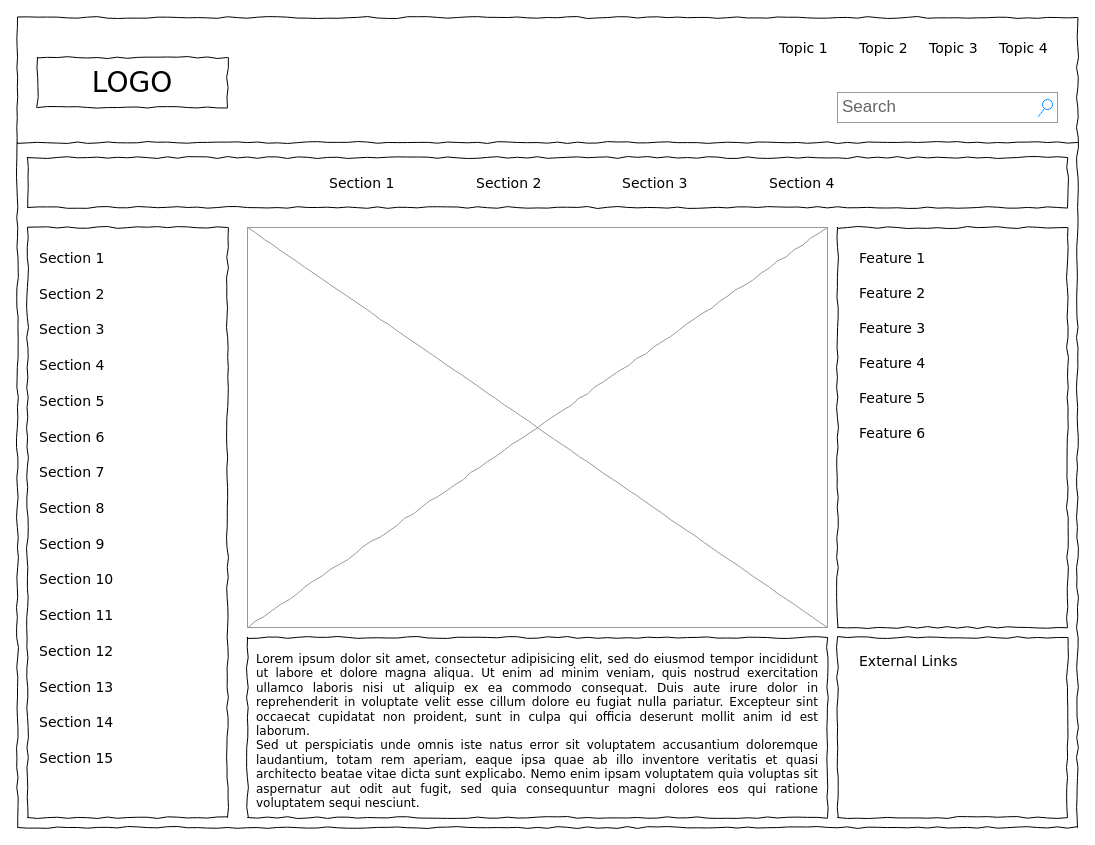
The draw.io diagram home-page.drawio in ladder-man/Authoring-A-Wepsite, before the edit. Source tidied: cells renumbered, new cells numbered last; positions are measured from the earlier drawing's top-left corner, leaving out a move shared by most shapes. Both pictures are drawn from the tidied source at 100%, with x=0, y=0 at pixel (17, 17).
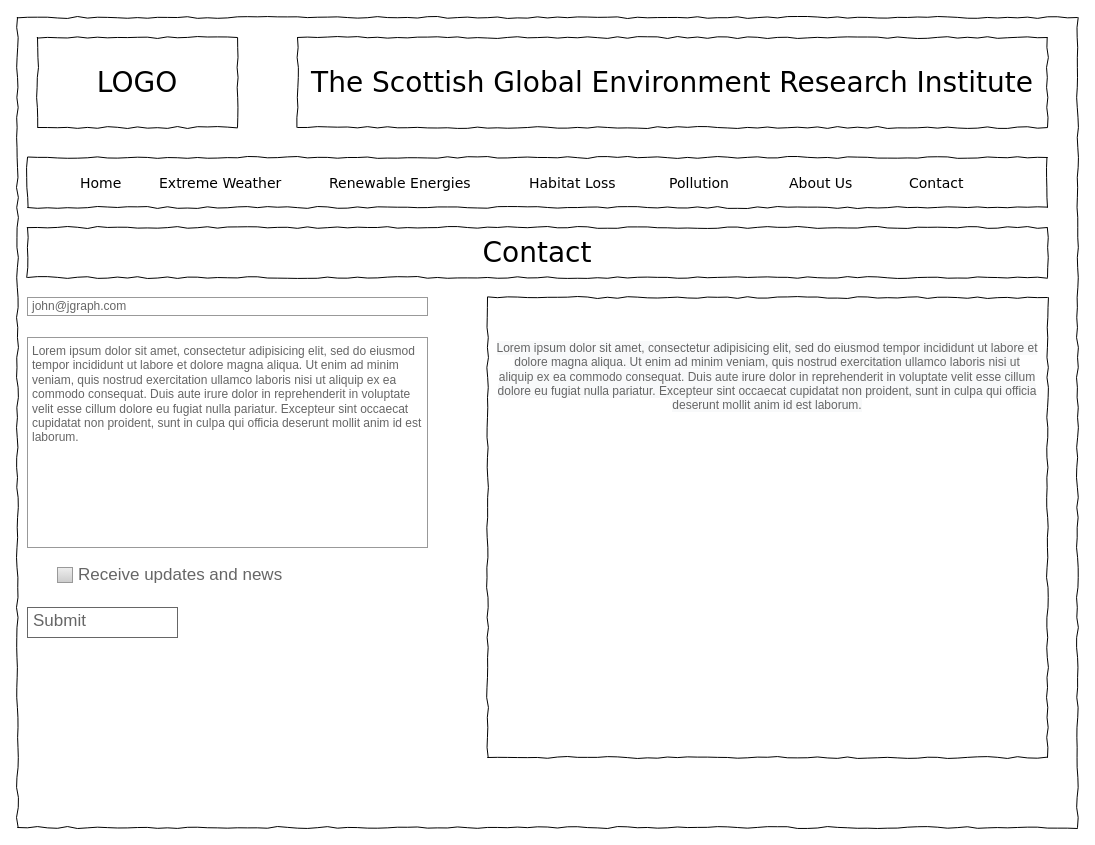
The same diagram, later.

What changed in the source:
```diff
@@
     <mxCell id="3" value="LOGO" style="whiteSpace=wrap;html=1;rounded=0;shadow=0;labelBackgroundColor=none;strokeWidth=1;fontFamily=Verdana;fontSize=28;align=center;comic=1;" parent="1" vertex="1">
-      <mxGeometry x="20" y="40" width="190" height="50" as="geometry" />
+      <mxGeometry x="20" y="20" width="200" height="90" as="geometry" />
     </mxCell>
-    <mxCell id="4" value="Search" style="strokeWidth=1;shadow=0;dashed=0;align=center;html=1;shape=mxgraph.mockup.forms.searchBox;strokeColor=#999999;mainText=;strokeColor2=#008cff;fontColor=#666666;fontSize=17;align=left;spacingLeft=3;rounded=0;labelBackgroundColor=none;comic=1;" parent="1" vertex="1">
-      <mxGeometry x="820" y="75" width="220" height="30" as="geometry" />
-    </mxCell>
-    <mxCell id="5" value="Topic 1" style="text;html=1;align=left;verticalAlign=top;spacingTop=-4;fontSize=14;fontFamily=Verdana;" parent="1" vertex="1">
-      <mxGeometry x="760" y="20" width="60" height="20" as="geometry" />
-    </mxCell>
-    <mxCell id="6" value="Topic 2" style="text;html=1;align=left;verticalAlign=top;spacingTop=-4;fontSize=14;fontFamily=Verdana;" parent="1" vertex="1">
-      <mxGeometry x="840" y="20" width="60" height="20" as="geometry" />
-    </mxCell>
-    <mxCell id="7" value="Topic 3" style="text;html=1;align=left;verticalAlign=top;spacingTop=-4;fontSize=14;fontFamily=Verdana;" parent="1" vertex="1">
-      <mxGeometry x="910" y="20" width="60" height="20" as="geometry" />
-    </mxCell>
-    <mxCell id="8" value="Topic 4" style="text;html=1;align=left;verticalAlign=top;spacingTop=-4;fontSize=14;fontFamily=Verdana;" parent="1" vertex="1">
-      <mxGeometry x="980" y="20" width="60" height="20" as="geometry" />
-    </mxCell>
-    <mxCell id="9" style="whiteSpace=wrap;html=1;rounded=0;shadow=0;labelBackgroundColor=none;strokeWidth=1;fillColor=none;fontFamily=Verdana;fontSize=12;align=center;comic=1;" parent="1" vertex="1">
-      <mxGeometry x="10" y="210" width="200" height="590" as="geometry" />
-    </mxCell>
-    <mxCell id="10" style="line;strokeWidth=1;html=1;rounded=0;shadow=0;labelBackgroundColor=none;fillColor=none;fontFamily=Verdana;fontSize=14;fontColor=#000000;align=center;comic=1;" parent="1" vertex="1">
-      <mxGeometry y="120" width="1060" height="10" as="geometry" />
-    </mxCell>
     <mxCell id="11" style="whiteSpace=wrap;html=1;rounded=0;shadow=0;labelBackgroundColor=none;strokeWidth=1;fillColor=none;fontFamily=Verdana;fontSize=12;align=center;comic=1;" parent="1" vertex="1">
-      <mxGeometry x="10" y="140" width="1040" height="50" as="geometry" />
+      <mxGeometry x="10" y="140" width="1020" height="50" as="geometry" />
     </mxCell>
-    <mxCell id="12" value="Section 1" style="text;html=1;align=left;verticalAlign=top;spacingTop=-4;fontSize=14;fontFamily=Verdana;" parent="1" vertex="1">
-      <mxGeometry x="310" y="155" width="60" height="20" as="geometry" />
+    <mxCell id="12" value="Home" style="text;html=1;align=left;verticalAlign=top;spacingTop=-4;fontSize=14;fontFamily=Verdana;" parent="1" vertex="1">
+      <mxGeometry x="61" y="155" width="60" height="20" as="geometry" />
     </mxCell>
-    <mxCell id="13" value="Section 2" style="text;html=1;align=left;verticalAlign=top;spacingTop=-4;fontSize=14;fontFamily=Verdana;" parent="1" vertex="1">
-      <mxGeometry x="457" y="155" width="60" height="20" as="geometry" />
+    <mxCell id="13" value="Extreme Weather" style="text;html=1;align=left;verticalAlign=top;spacingTop=-4;fontSize=14;fontFamily=Verdana;" parent="1" vertex="1">
+      <mxGeometry x="140" y="155" width="60" height="20" as="geometry" />
     </mxCell>
-    <mxCell id="14" value="Section 3" style="text;html=1;align=left;verticalAlign=top;spacingTop=-4;fontSize=14;fontFamily=Verdana;" parent="1" vertex="1">
-      <mxGeometry x="603" y="155" width="60" height="20" as="geometry" />
+    <mxCell id="14" value="Renewable Energies" style="text;html=1;align=left;verticalAlign=top;spacingTop=-4;fontSize=14;fontFamily=Verdana;" parent="1" vertex="1">
+      <mxGeometry x="310" y="155" width="60" height="20" as="geometry" />
     </mxCell>
-    <mxCell id="15" value="Section 4" style="text;html=1;align=left;verticalAlign=top;spacingTop=-4;fontSize=14;fontFamily=Verdana;" parent="1" vertex="1">
-      <mxGeometry x="750" y="155" width="60" height="20" as="geometry" />
+    <mxCell id="15" value="Habitat Loss" style="text;html=1;align=left;verticalAlign=top;spacingTop=-4;fontSize=14;fontFamily=Verdana;" parent="1" vertex="1">
+      <mxGeometry x="510" y="155" width="60" height="20" as="geometry" />
     </mxCell>
-    <mxCell id="16" value="&lt;div style=&quot;text-align: justify&quot;&gt;&lt;span&gt;Lorem ipsum dolor sit amet, consectetur adipisicing elit, sed do eiusmod tempor incididunt ut labore et dolore magna aliqua. Ut enim ad minim veniam, quis nostrud exercitation ullamco laboris nisi ut aliquip ex ea commodo consequat. Duis aute irure dolor in reprehenderit in voluptate velit esse cillum dolore eu fugiat nulla pariatur. Excepteur sint occaecat cupidatat non proident, sunt in culpa qui officia deserunt mollit anim id est laborum.&lt;/span&gt;&lt;/div&gt;&lt;div style=&quot;text-align: justify&quot;&gt;&lt;span&gt;Sed ut perspiciatis unde omnis iste natus error sit voluptatem accusantium doloremque laudantium, totam rem aperiam, eaque ipsa quae ab illo inventore veritatis et quasi architecto beatae vitae dicta sunt explicabo. Nemo enim ipsam voluptatem quia voluptas sit aspernatur aut odit aut fugit, sed quia consequuntur magni dolores eos qui ratione voluptatem sequi nesciunt.&amp;nbsp;&lt;/span&gt;&lt;/div&gt;" style="whiteSpace=wrap;html=1;rounded=0;shadow=0;labelBackgroundColor=none;strokeWidth=1;fillColor=none;fontFamily=Verdana;fontSize=12;align=center;verticalAlign=top;spacing=10;comic=1;" parent="1" vertex="1">
-      <mxGeometry x="230" y="620" width="580" height="180" as="geometry" />
+    <mxCell id="16" value="&#10;&#10;&lt;span style=&quot;color: rgb(102, 102, 102); font-family: helvetica; font-size: 12px; font-style: normal; font-weight: 400; letter-spacing: normal; text-align: left; text-indent: 0px; text-transform: none; word-spacing: 0px; background-color: rgb(248, 249, 250); display: inline; float: none;&quot;&gt;Lorem ipsum dolor sit amet, consectetur adipisicing elit, sed do eiusmod tempor incididunt ut labore et dolore magna aliqua. Ut enim ad minim veniam, quis nostrud exercitation ullamco laboris nisi ut aliquip ex ea commodo consequat. Duis aute irure dolor in reprehenderit in voluptate velit esse cillum dolore eu fugiat nulla pariatur. Excepteur sint occaecat cupidatat non proident, sunt in culpa qui officia deserunt mollit anim id est laborum.&lt;/span&gt;&#10;&#10;" style="whiteSpace=wrap;html=1;rounded=0;shadow=0;labelBackgroundColor=none;strokeWidth=1;fillColor=none;fontFamily=Verdana;fontSize=12;align=center;verticalAlign=top;spacing=10;comic=1;" parent="1" vertex="1">
+      <mxGeometry x="470" y="280" width="560" height="460" as="geometry" />
     </mxCell>
-    <mxCell id="17" style="verticalLabelPosition=bottom;shadow=0;dashed=0;align=center;html=1;verticalAlign=top;strokeWidth=1;shape=mxgraph.mockup.graphics.simpleIcon;strokeColor=#999999;rounded=0;labelBackgroundColor=none;fontFamily=Verdana;fontSize=14;fontColor=#000000;comic=1;" parent="1" vertex="1">
-      <mxGeometry x="230" y="210" width="580" height="400" as="geometry" />
-    </mxCell>
-    <mxCell id="18" style="whiteSpace=wrap;html=1;rounded=0;shadow=0;labelBackgroundColor=none;strokeWidth=1;fillColor=none;fontFamily=Verdana;fontSize=12;align=center;comic=1;" parent="1" vertex="1">
-      <mxGeometry x="820" y="210" width="230" height="400" as="geometry" />
-    </mxCell>
-    <mxCell id="19" style="whiteSpace=wrap;html=1;rounded=0;shadow=0;labelBackgroundColor=none;strokeWidth=1;fillColor=none;fontFamily=Verdana;fontSize=12;align=center;comic=1;" parent="1" vertex="1">
-      <mxGeometry x="820" y="620" width="230" height="180" as="geometry" />
-    </mxCell>
-    <mxCell id="20" value="Section 1" style="text;html=1;align=left;verticalAlign=top;spacingTop=-4;fontSize=14;fontFamily=Verdana;" parent="1" vertex="1">
-      <mxGeometry x="20" y="230" width="170" height="20" as="geometry" />
-    </mxCell>
-    <mxCell id="21" value="Section 2" style="text;html=1;align=left;verticalAlign=top;spacingTop=-4;fontSize=14;fontFamily=Verdana;" parent="1" vertex="1">
-      <mxGeometry x="20" y="266" width="170" height="20" as="geometry" />
-    </mxCell>
-    <mxCell id="22" value="Section 3" style="text;html=1;align=left;verticalAlign=top;spacingTop=-4;fontSize=14;fontFamily=Verdana;" parent="1" vertex="1">
-      <mxGeometry x="20" y="301" width="170" height="20" as="geometry" />
-    </mxCell>
-    <mxCell id="23" value="Section 4" style="text;html=1;align=left;verticalAlign=top;spacingTop=-4;fontSize=14;fontFamily=Verdana;" parent="1" vertex="1">
-      <mxGeometry x="20" y="337" width="170" height="20" as="geometry" />
-    </mxCell>
-    <mxCell id="24" value="Section 7" style="text;html=1;align=left;verticalAlign=top;spacingTop=-4;fontSize=14;fontFamily=Verdana;" parent="1" vertex="1">
-      <mxGeometry x="20" y="444" width="170" height="20" as="geometry" />
-    </mxCell>
-    <mxCell id="25" value="Section 8" style="text;html=1;align=left;verticalAlign=top;spacingTop=-4;fontSize=14;fontFamily=Verdana;" parent="1" vertex="1">
-      <mxGeometry x="20" y="480" width="170" height="20" as="geometry" />
-    </mxCell>
-    <mxCell id="26" value="Section 9" style="text;html=1;align=left;verticalAlign=top;spacingTop=-4;fontSize=14;fontFamily=Verdana;" parent="1" vertex="1">
-      <mxGeometry x="20" y="516" width="170" height="20" as="geometry" />
-    </mxCell>
-    <mxCell id="27" value="Section 10" style="text;html=1;align=left;verticalAlign=top;spacingTop=-4;fontSize=14;fontFamily=Verdana;" parent="1" vertex="1">
-      <mxGeometry x="20" y="551" width="170" height="20" as="geometry" />
-    </mxCell>
-    <mxCell id="28" value="Section 11" style="text;html=1;align=left;verticalAlign=top;spacingTop=-4;fontSize=14;fontFamily=Verdana;" parent="1" vertex="1">
-      <mxGeometry x="20" y="587" width="170" height="20" as="geometry" />
-    </mxCell>
-    <mxCell id="29" value="Section 12" style="text;html=1;align=left;verticalAlign=top;spacingTop=-4;fontSize=14;fontFamily=Verdana;" parent="1" vertex="1">
-      <mxGeometry x="20" y="623" width="170" height="20" as="geometry" />
-    </mxCell>
-    <mxCell id="30" value="Section 13" style="text;html=1;align=left;verticalAlign=top;spacingTop=-4;fontSize=14;fontFamily=Verdana;" parent="1" vertex="1">
-      <mxGeometry x="20" y="659" width="170" height="20" as="geometry" />
-    </mxCell>
-    <mxCell id="31" value="Section 14" style="text;html=1;align=left;verticalAlign=top;spacingTop=-4;fontSize=14;fontFamily=Verdana;" parent="1" vertex="1">
-      <mxGeometry x="20" y="694" width="170" height="20" as="geometry" />
-    </mxCell>
-    <mxCell id="32" value="Section 5" style="text;html=1;align=left;verticalAlign=top;spacingTop=-4;fontSize=14;fontFamily=Verdana;" parent="1" vertex="1">
-      <mxGeometry x="20" y="373" width="170" height="20" as="geometry" />
-    </mxCell>
-    <mxCell id="33" value="Section 6" style="text;html=1;align=left;verticalAlign=top;spacingTop=-4;fontSize=14;fontFamily=Verdana;" parent="1" vertex="1">
-      <mxGeometry x="20" y="409" width="170" height="20" as="geometry" />
-    </mxCell>
-    <mxCell id="34" value="Section 15" style="text;html=1;align=left;verticalAlign=top;spacingTop=-4;fontSize=14;fontFamily=Verdana;" parent="1" vertex="1">
-      <mxGeometry x="20" y="730" width="170" height="20" as="geometry" />
-    </mxCell>
-    <mxCell id="35" value="External Links" style="text;html=1;align=left;verticalAlign=top;spacingTop=-4;fontSize=14;fontFamily=Verdana;" parent="1" vertex="1">
-      <mxGeometry x="840" y="633" width="170" height="20" as="geometry" />
-    </mxCell>
-    <mxCell id="36" value="Feature 1" style="text;html=1;align=left;verticalAlign=top;spacingTop=-4;fontSize=14;fontFamily=Verdana;" parent="1" vertex="1">
-      <mxGeometry x="840" y="230" width="170" height="20" as="geometry" />
-    </mxCell>
-    <mxCell id="37" value="Feature 2" style="text;html=1;align=left;verticalAlign=top;spacingTop=-4;fontSize=14;fontFamily=Verdana;" parent="1" vertex="1">
-      <mxGeometry x="840" y="265" width="170" height="20" as="geometry" />
-    </mxCell>
-    <mxCell id="38" value="Feature 3" style="text;html=1;align=left;verticalAlign=top;spacingTop=-4;fontSize=14;fontFamily=Verdana;" parent="1" vertex="1">
-      <mxGeometry x="840" y="300" width="170" height="20" as="geometry" />
-    </mxCell>
-    <mxCell id="39" value="Feature 4" style="text;html=1;align=left;verticalAlign=top;spacingTop=-4;fontSize=14;fontFamily=Verdana;" parent="1" vertex="1">
-      <mxGeometry x="840" y="335" width="170" height="20" as="geometry" />
-    </mxCell>
-    <mxCell id="40" value="Feature 5" style="text;html=1;align=left;verticalAlign=top;spacingTop=-4;fontSize=14;fontFamily=Verdana;" parent="1" vertex="1">
-      <mxGeometry x="840" y="370" width="170" height="20" as="geometry" />
-    </mxCell>
-    <mxCell id="41" value="Feature 6" style="text;html=1;align=left;verticalAlign=top;spacingTop=-4;fontSize=14;fontFamily=Verdana;" parent="1" vertex="1">
-      <mxGeometry x="840" y="405" width="170" height="20" as="geometry" />
-    </mxCell>
+    <mxCell id="42" value="Pollution" style="text;html=1;align=left;verticalAlign=top;spacingTop=-4;fontSize=14;fontFamily=Verdana;" parent="1" vertex="1">
+      <mxGeometry x="650" y="155" width="60" height="20" as="geometry" />
+    </mxCell>
+    <mxCell id="43" value="Contact" style="text;html=1;align=left;verticalAlign=top;spacingTop=-4;fontSize=14;fontFamily=Verdana;" parent="1" vertex="1">
+      <mxGeometry x="890" y="155" width="60" height="20" as="geometry" />
+    </mxCell>
+    <mxCell id="44" value="About Us" style="text;html=1;align=left;verticalAlign=top;spacingTop=-4;fontSize=14;fontFamily=Verdana;" parent="1" vertex="1">
+      <mxGeometry x="770" y="155" width="60" height="25" as="geometry" />
+    </mxCell>
+    <mxCell id="45" value="The Scottish Global Environment Research Institute" style="whiteSpace=wrap;html=1;rounded=0;shadow=0;labelBackgroundColor=none;strokeWidth=1;fontFamily=Verdana;fontSize=28;align=center;comic=1;" parent="1" vertex="1">
+      <mxGeometry x="280" y="20" width="750" height="90" as="geometry" />
+    </mxCell>
+    <mxCell id="46" value="Contact" style="whiteSpace=wrap;html=1;rounded=0;shadow=0;labelBackgroundColor=none;strokeWidth=1;fontFamily=Verdana;fontSize=28;align=center;comic=1;" parent="1" vertex="1">
+      <mxGeometry x="10" y="210" width="1020" height="50" as="geometry" />
+    </mxCell>
+    <mxCell id="47" value="john@jgraph.com" style="strokeWidth=1;shadow=0;dashed=0;align=center;html=1;shape=mxgraph.mockup.forms.rrect;fillColor=#ffffff;rSize=0;fontColor=#666666;align=left;spacingLeft=3;strokeColor=#999999;" parent="1" vertex="1">
+      <mxGeometry x="10" y="280" width="400" height="18" as="geometry" />
+    </mxCell>
+    <mxCell id="48" value="Lorem ipsum dolor sit amet, consectetur adipisicing elit, sed do eiusmod tempor incididunt ut labore et dolore magna aliqua. Ut enim ad minim veniam, quis nostrud exercitation ullamco laboris nisi ut aliquip ex ea commodo consequat. Duis aute irure dolor in reprehenderit in voluptate velit esse cillum dolore eu fugiat nulla pariatur. Excepteur sint occaecat cupidatat non proident, sunt in culpa qui officia deserunt mollit anim id est laborum." style="strokeWidth=1;shadow=0;dashed=0;align=center;html=1;shape=mxgraph.mockup.forms.rrect;fillColor=#ffffff;rSize=0;fontColor=#666666;align=left;spacingLeft=3;strokeColor=#999999;verticalAlign=top;whiteSpace=wrap;" parent="1" vertex="1">
+      <mxGeometry x="10" y="320" width="400" height="210" as="geometry" />
+    </mxCell>
+    <mxCell id="49" value="Receive updates and news" style="strokeWidth=1;shadow=0;dashed=0;align=center;html=1;shape=mxgraph.mockup.forms.rrect;rSize=0;fillColor=#eeeeee;strokeColor=#999999;gradientColor=#cccccc;align=left;spacingLeft=4;fontSize=17;fontColor=#666666;labelPosition=right;" parent="1" vertex="1">
+      <mxGeometry x="40" y="550" width="15" height="15" as="geometry" />
+    </mxCell>
+    <mxCell id="50" value="Submit" style="strokeWidth=1;shadow=0;dashed=0;align=center;html=1;shape=mxgraph.mockup.text.textBox;fontColor=#666666;align=left;fontSize=17;spacingLeft=4;spacingTop=-3;strokeColor=#666666;mainText=;" parent="1" vertex="1">
+      <mxGeometry x="10" y="590" width="150" height="30" as="geometry" />
+    </mxCell>
```
